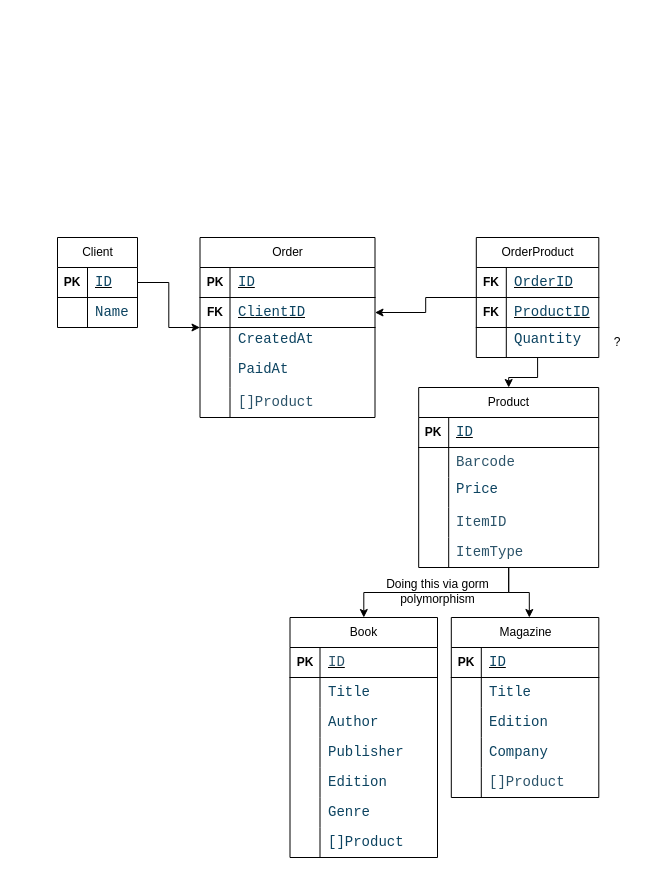
This is misc/go-gin-api.drawio from luccamilfont/go-gin-api, a draw.io file, before an edit. Source tidied: cells renumbered, new cells numbered last; positions are measured from the earlier drawing's top-left corner, leaving out a move shared by most shapes. Both pictures are drawn from the tidied source at 100%, with x=0, y=0 at pixel (57, 237).
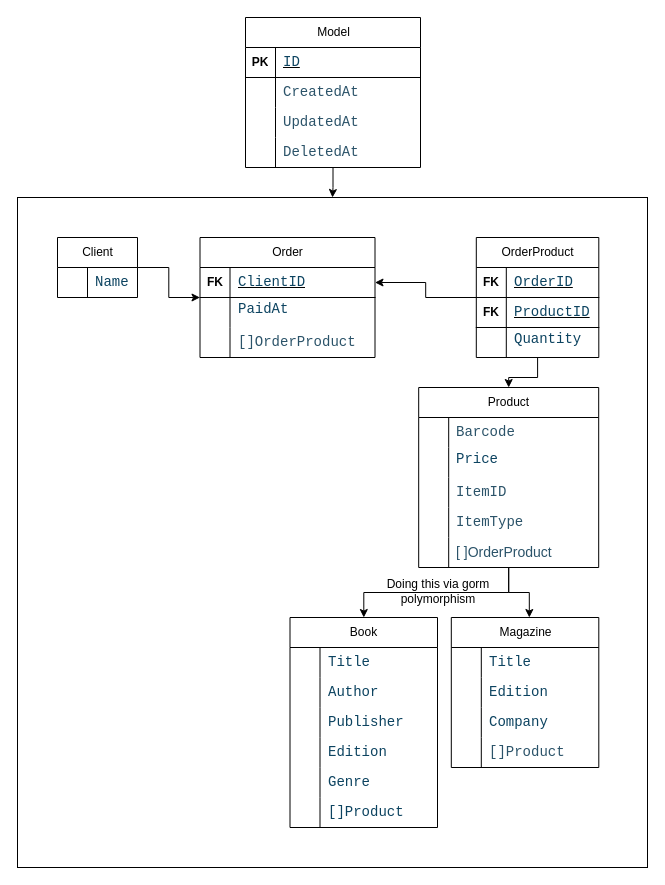
The same page after the edit.

Commit message (it also covers changes not shown here):
feat: base model

The change refers to these unchanged cells:
```xml
<mxCell id="11" value="&lt;span style=&quot;font-weight: 400; text-wrap-mode: wrap;&quot;&gt;Product&lt;/span&gt;" style="shape=table;startSize=30;childLayout=tableLayout;rowLines=0;fontStyle=1;align=center;html=1;" parent="1" vertex="1">
  <mxGeometry x="361.2" y="150" width="180" height="180" as="geometry" />
</mxCell>
```

What changed in the source:
```diff
@@
+    <mxCell id="96" style="rounded=0;whiteSpace=wrap;html=1;" parent="1" vertex="1">
+      <mxGeometry x="-40" y="-40" width="630" height="670" as="geometry" />
+    </mxCell>
@@
     <mxCell id="3" value="&lt;span style=&quot;font-weight: 400; text-wrap-mode: wrap;&quot;&gt;Client&lt;/span&gt;" style="shape=table;startSize=30;childLayout=tableLayout;rowLines=0;fontStyle=1;align=center;html=1;" parent="1" vertex="1">
-      <mxGeometry width="80" height="90" as="geometry" />
+      <mxGeometry width="80" height="60" as="geometry" />
     </mxCell>
-    <mxCell id="4" style="shape=tableRow;horizontal=0;startSize=0;swimlaneHead=0;swimlaneBody=0;fillColor=none;top=0;left=0;right=0;bottom=1;" parent="3" vertex="1">
-      <mxGeometry y="30" width="80" height="30" as="geometry" />
-    </mxCell>
-    <mxCell id="5" value="PK" style="shape=partialRectangle;fillColor=none;top=0;left=0;bottom=0;right=0;fontStyle=1;overflow=hidden;whiteSpace=wrap;html=1;" parent="4" vertex="1">
-      <mxGeometry width="30" height="30" as="geometry" />
-    </mxCell>
-    <mxCell id="6" value="&lt;span style=&quot;font-weight: normal;&quot;&gt;&lt;span style=&quot;font-family: Consolas, &amp;quot;Courier New&amp;quot;, monospace; font-size: 14px; white-space: pre; --darkreader-inline-bgcolor: light-dark(#ffffff, #060707);&quot;&gt;&lt;font style=&quot;color: rgb(12, 67, 96); --darkreader-inline-color: light-dark(#78a5bd, #466d81);&quot;&gt;ID&lt;/font&gt;&lt;/span&gt;&lt;/span&gt;" style="shape=partialRectangle;fillColor=none;top=0;left=0;bottom=0;right=0;align=left;spacingLeft=6;fontStyle=5;overflow=hidden;whiteSpace=wrap;html=1;" parent="4" vertex="1">
-      <mxGeometry x="30" width="50" height="30" as="geometry" />
-    </mxCell>
     <mxCell id="7" style="shape=tableRow;horizontal=0;startSize=0;swimlaneHead=0;swimlaneBody=0;fillColor=none;top=0;left=0;right=0;bottom=0;" parent="3" vertex="1">
-      <mxGeometry y="60" width="80" height="30" as="geometry" />
+      <mxGeometry y="30" width="80" height="30" as="geometry" />
     </mxCell>
@@
-    <mxCell id="12" style="shape=tableRow;horizontal=0;startSize=0;swimlaneHead=0;swimlaneBody=0;fillColor=none;top=0;left=0;right=0;bottom=1;" parent="11" vertex="1">
-      <mxGeometry y="30" width="180" height="30" as="geometry" />
-    </mxCell>
-    <mxCell id="13" value="PK" style="shape=partialRectangle;fillColor=none;top=0;left=0;bottom=0;right=0;fontStyle=1;overflow=hidden;whiteSpace=wrap;html=1;" parent="12" vertex="1">
-      <mxGeometry width="30" height="30" as="geometry" />
-    </mxCell>
-    <mxCell id="14" value="&lt;span style=&quot;font-weight: normal;&quot;&gt;&lt;span style=&quot;font-family: Consolas, &amp;quot;Courier New&amp;quot;, monospace; font-size: 14px; white-space: pre; --darkreader-inline-bgcolor: light-dark(#ffffff, #060707);&quot;&gt;&lt;font style=&quot;color: rgb(12, 67, 96); --darkreader-inline-color: light-dark(#78a5bd, #466d81);&quot;&gt;ID&lt;/font&gt;&lt;/span&gt;&lt;/span&gt;" style="shape=partialRectangle;fillColor=none;top=0;left=0;bottom=0;right=0;align=left;spacingLeft=6;fontStyle=5;overflow=hidden;whiteSpace=wrap;html=1;strokeColor=default;" parent="12" vertex="1">
-      <mxGeometry x="30" width="150" height="30" as="geometry" />
-    </mxCell>
     <mxCell id="15" style="shape=tableRow;horizontal=0;startSize=0;swimlaneHead=0;swimlaneBody=0;fillColor=none;top=0;left=0;right=0;bottom=0;" parent="11" vertex="1">
-      <mxGeometry y="60" width="180" height="30" as="geometry" />
+      <mxGeometry y="30" width="180" height="30" as="geometry" />
     </mxCell>
@@
     <mxCell id="18" style="shape=tableRow;horizontal=0;startSize=0;swimlaneHead=0;swimlaneBody=0;fillColor=none;top=0;left=0;right=0;bottom=0;" parent="11" vertex="1">
-      <mxGeometry y="90" width="180" height="30" as="geometry" />
+      <mxGeometry y="60" width="180" height="30" as="geometry" />
     </mxCell>
@@
     <mxCell id="21" style="shape=tableRow;horizontal=0;startSize=0;swimlaneHead=0;swimlaneBody=0;fillColor=none;top=0;left=0;right=0;bottom=0;" parent="11" vertex="1">
-      <mxGeometry y="120" width="180" height="30" as="geometry" />
+      <mxGeometry y="90" width="180" height="30" as="geometry" />
     </mxCell>
@@
     <mxCell id="24" style="shape=tableRow;horizontal=0;startSize=0;swimlaneHead=0;swimlaneBody=0;fillColor=none;top=0;left=0;right=0;bottom=0;" parent="11" vertex="1">
-      <mxGeometry y="150" width="180" height="30" as="geometry" />
+      <mxGeometry y="120" width="180" height="30" as="geometry" />
     </mxCell>
@@
+    <mxCell id="97" style="shape=tableRow;horizontal=0;startSize=0;swimlaneHead=0;swimlaneBody=0;fillColor=none;top=0;left=0;right=0;bottom=0;" parent="11" vertex="1">
+      <mxGeometry y="150" width="180" height="30" as="geometry" />
+    </mxCell>
+    <mxCell id="98" style="shape=partialRectangle;fillColor=none;top=0;left=0;bottom=0;right=0;overflow=hidden;whiteSpace=wrap;html=1;" parent="97" vertex="1">
+      <mxGeometry width="30" height="30" as="geometry" />
+    </mxCell>
+    <mxCell id="99" value="&lt;font style=&quot;color: light-dark(rgb(43, 83, 105), rgb(149, 196, 221)); font-size: 14px;&quot;&gt;[ ]OrderProduct&lt;/font&gt;" style="shape=partialRectangle;fillColor=none;top=0;left=0;bottom=0;right=0;align=left;spacingLeft=6;overflow=hidden;whiteSpace=wrap;html=1;" parent="97" vertex="1">
+      <mxGeometry x="30" width="150" height="30" as="geometry" />
+    </mxCell>
@@
     <mxCell id="39" value="&lt;span style=&quot;font-weight: 400; text-wrap-mode: wrap;&quot;&gt;Order&lt;/span&gt;" style="shape=table;startSize=30;childLayout=tableLayout;rowLines=0;fontStyle=1;align=center;html=1;" parent="1" vertex="1">
-      <mxGeometry x="142.5" width="175" height="180" as="geometry" />
+      <mxGeometry x="142.5" width="175" height="120" as="geometry" />
     </mxCell>
-    <mxCell id="40" style="shape=tableRow;horizontal=0;startSize=0;swimlaneHead=0;swimlaneBody=0;fillColor=none;top=0;left=0;right=0;bottom=1;" parent="39" vertex="1">
-      <mxGeometry y="30" width="175" height="30" as="geometry" />
-    </mxCell>
-    <mxCell id="41" value="PK" style="shape=partialRectangle;fillColor=none;top=0;left=0;bottom=0;right=0;fontStyle=1;overflow=hidden;whiteSpace=wrap;html=1;" parent="40" vertex="1">
-      <mxGeometry width="30" height="30" as="geometry" />
-    </mxCell>
-    <mxCell id="42" value="&lt;span style=&quot;font-weight: normal;&quot;&gt;&lt;span style=&quot;font-family: Consolas, &amp;quot;Courier New&amp;quot;, monospace; font-size: 14px; white-space: pre; --darkreader-inline-bgcolor: light-dark(#ffffff, #060707);&quot;&gt;&lt;font style=&quot;color: rgb(12, 67, 96); --darkreader-inline-color: light-dark(#78a5bd, #466d81);&quot;&gt;ID&lt;/font&gt;&lt;/span&gt;&lt;/span&gt;" style="shape=partialRectangle;fillColor=none;top=0;left=0;bottom=0;right=0;align=left;spacingLeft=6;fontStyle=5;overflow=hidden;whiteSpace=wrap;html=1;" parent="40" vertex="1">
-      <mxGeometry x="30" width="145" height="30" as="geometry" />
-    </mxCell>
     <mxCell id="43" style="shape=tableRow;horizontal=0;startSize=0;swimlaneHead=0;swimlaneBody=0;fillColor=none;points=[[0,0.5],[1,0.5]];portConstraint=eastwest;top=0;left=0;right=0;bottom=1;" parent="39" vertex="1">
-      <mxGeometry y="60" width="175" height="30" as="geometry" />
+      <mxGeometry y="30" width="175" height="30" as="geometry" />
     </mxCell>
@@
-    <mxCell id="46" style="shape=tableRow;horizontal=0;startSize=0;swimlaneHead=0;swimlaneBody=0;fillColor=none;top=0;left=0;right=0;bottom=0;" parent="39" vertex="1">
-      <mxGeometry y="90" width="175" height="30" as="geometry" />
-    </mxCell>
-    <mxCell id="47" style="shape=partialRectangle;fillColor=none;top=0;left=0;bottom=0;right=0;overflow=hidden;whiteSpace=wrap;html=1;" parent="46" vertex="1">
-      <mxGeometry width="30" height="30" as="geometry" />
-    </mxCell>
-    <mxCell id="48" value="&lt;div style=&quot;font-family: Consolas, &amp;quot;Courier New&amp;quot;, monospace; font-size: 14px; white-space: pre; line-height: 19px; --darkreader-inline-color: light-dark(#a6a199, #67625b);&quot;&gt;&lt;font style=&quot;color: rgb(12, 67, 96);&quot;&gt;CreatedAt&lt;/font&gt;&lt;/div&gt;&lt;div&gt;&lt;span style=&quot;--darkreader-inline-color: light-dark(#a27764, #9f7a6a);&quot;&gt;&lt;font style=&quot;color: light-dark(rgb(145, 93, 71), rgb(206, 145, 120));&quot;&gt;&lt;br&gt;&lt;/font&gt;&lt;/span&gt;&lt;/div&gt;" style="shape=partialRectangle;fillColor=none;top=0;left=0;bottom=0;right=0;align=left;spacingLeft=6;overflow=hidden;whiteSpace=wrap;html=1;" parent="46" vertex="1">
-      <mxGeometry x="30" width="145" height="30" as="geometry" />
-    </mxCell>
     <mxCell id="49" style="shape=tableRow;horizontal=0;startSize=0;swimlaneHead=0;swimlaneBody=0;fillColor=none;top=0;left=0;right=0;bottom=0;" parent="39" vertex="1">
-      <mxGeometry y="120" width="175" height="30" as="geometry" />
+      <mxGeometry y="60" width="175" height="30" as="geometry" />
     </mxCell>
@@
     <mxCell id="52" style="shape=tableRow;horizontal=0;startSize=0;swimlaneHead=0;swimlaneBody=0;fillColor=none;top=0;left=0;right=0;bottom=0;" parent="39" vertex="1">
-      <mxGeometry y="150" width="175" height="30" as="geometry" />
+      <mxGeometry y="90" width="175" height="30" as="geometry" />
     </mxCell>
@@
-    <mxCell id="54" value="&lt;div style=&quot;font-family: Consolas, &amp;quot;Courier New&amp;quot;, monospace; font-size: 14px; white-space: pre; line-height: 19px; --darkreader-inline-color: light-dark(#a6a199, #67625b);&quot;&gt;&lt;font style=&quot;color: light-dark(rgb(43, 83, 105), rgb(149, 196, 221));&quot;&gt;[]Product&lt;/font&gt;&lt;/div&gt;" style="shape=partialRectangle;fillColor=none;top=0;left=0;bottom=0;right=0;align=left;spacingLeft=6;overflow=hidden;whiteSpace=wrap;html=1;" parent="52" vertex="1">
+    <mxCell id="54" value="&lt;div style=&quot;font-family: Consolas, &amp;quot;Courier New&amp;quot;, monospace; font-size: 14px; white-space: pre; line-height: 19px; --darkreader-inline-color: light-dark(#a6a199, #67625b);&quot;&gt;&lt;font style=&quot;color: light-dark(rgb(43, 83, 105), rgb(149, 196, 221));&quot;&gt;[]OrderProduct&lt;/font&gt;&lt;/div&gt;" style="shape=partialRectangle;fillColor=none;top=0;left=0;bottom=0;right=0;align=left;spacingLeft=6;overflow=hidden;whiteSpace=wrap;html=1;" parent="52" vertex="1">
       <mxGeometry x="30" width="145" height="30" as="geometry" />
     </mxCell>
     <mxCell id="55" value="&lt;span style=&quot;font-weight: 400; text-wrap-mode: wrap;&quot;&gt;Book&lt;/span&gt;" style="shape=table;startSize=30;childLayout=tableLayout;rowLines=0;fontStyle=1;align=center;html=1;" parent="1" vertex="1">
-      <mxGeometry x="232.5" y="380" width="147.5" height="240" as="geometry" />
+      <mxGeometry x="232.5" y="380" width="147.5" height="210" as="geometry" />
     </mxCell>
-    <mxCell id="56" style="shape=tableRow;horizontal=0;startSize=0;swimlaneHead=0;swimlaneBody=0;fillColor=none;top=0;left=0;right=0;bottom=1;" parent="55" vertex="1">
-      <mxGeometry y="30" width="147.5" height="30" as="geometry" />
-    </mxCell>
-    <mxCell id="57" value="PK" style="shape=partialRectangle;fillColor=none;top=0;left=0;bottom=0;right=0;fontStyle=1;overflow=hidden;whiteSpace=wrap;html=1;" parent="56" vertex="1">
-      <mxGeometry width="30" height="30" as="geometry" />
-    </mxCell>
-    <mxCell id="58" value="&lt;font style=&quot;color: light-dark(rgb(43, 83, 105), rgb(149, 196, 221));&quot; face=&quot;Consolas, Courier New, monospace&quot;&gt;&lt;span style=&quot;font-size: 14px; font-weight: 400; white-space: pre;&quot;&gt;ID&lt;/span&gt;&lt;/font&gt;" style="shape=partialRectangle;fillColor=none;top=0;left=0;bottom=0;right=0;align=left;spacingLeft=6;fontStyle=5;overflow=hidden;whiteSpace=wrap;html=1;strokeColor=default;" parent="56" vertex="1">
-      <mxGeometry x="30" width="117.5" height="30" as="geometry" />
-    </mxCell>
     <mxCell id="59" style="shape=tableRow;horizontal=0;startSize=0;swimlaneHead=0;swimlaneBody=0;fillColor=none;top=0;left=0;right=0;bottom=0;" parent="55" vertex="1">
-      <mxGeometry y="60" width="147.5" height="30" as="geometry" />
+      <mxGeometry y="30" width="147.5" height="30" as="geometry" />
     </mxCell>
@@
     <mxCell id="62" style="shape=tableRow;horizontal=0;startSize=0;swimlaneHead=0;swimlaneBody=0;fillColor=none;top=0;left=0;right=0;bottom=0;" parent="55" vertex="1">
-      <mxGeometry y="90" width="147.5" height="30" as="geometry" />
+      <mxGeometry y="60" width="147.5" height="30" as="geometry" />
     </mxCell>
@@
     <mxCell id="65" style="shape=tableRow;horizontal=0;startSize=0;swimlaneHead=0;swimlaneBody=0;fillColor=none;top=0;left=0;right=0;bottom=0;" parent="55" vertex="1">
-      <mxGeometry y="120" width="147.5" height="30" as="geometry" />
+      <mxGeometry y="90" width="147.5" height="30" as="geometry" />
     </mxCell>
@@
     <mxCell id="68" style="shape=tableRow;horizontal=0;startSize=0;swimlaneHead=0;swimlaneBody=0;fillColor=none;top=0;left=0;right=0;bottom=0;" parent="55" vertex="1">
-      <mxGeometry y="150" width="147.5" height="30" as="geometry" />
+      <mxGeometry y="120" width="147.5" height="30" as="geometry" />
     </mxCell>
@@
     <mxCell id="71" style="shape=tableRow;horizontal=0;startSize=0;swimlaneHead=0;swimlaneBody=0;fillColor=none;top=0;left=0;right=0;bottom=0;" parent="55" vertex="1">
-      <mxGeometry y="180" width="147.5" height="30" as="geometry" />
+      <mxGeometry y="150" width="147.5" height="30" as="geometry" />
     </mxCell>
@@
     <mxCell id="74" style="shape=tableRow;horizontal=0;startSize=0;swimlaneHead=0;swimlaneBody=0;fillColor=none;top=0;left=0;right=0;bottom=0;" parent="55" vertex="1">
-      <mxGeometry y="210" width="147.5" height="30" as="geometry" />
+      <mxGeometry y="180" width="147.5" height="30" as="geometry" />
     </mxCell>
@@
     <mxCell id="77" value="&lt;span style=&quot;font-weight: 400; text-wrap-mode: wrap;&quot;&gt;Magazine&lt;/span&gt;" style="shape=table;startSize=30;childLayout=tableLayout;rowLines=0;fontStyle=1;align=center;html=1;" parent="1" vertex="1">
-      <mxGeometry x="393.8" y="380" width="147.5" height="180" as="geometry" />
+      <mxGeometry x="393.8" y="380" width="147.5" height="150" as="geometry" />
     </mxCell>
-    <mxCell id="78" style="shape=tableRow;horizontal=0;startSize=0;swimlaneHead=0;swimlaneBody=0;fillColor=none;top=0;left=0;right=0;bottom=1;" parent="77" vertex="1">
-      <mxGeometry y="30" width="147.5" height="30" as="geometry" />
-    </mxCell>
-    <mxCell id="79" value="PK" style="shape=partialRectangle;fillColor=none;top=0;left=0;bottom=0;right=0;fontStyle=1;overflow=hidden;whiteSpace=wrap;html=1;" parent="78" vertex="1">
-      <mxGeometry width="30" height="30" as="geometry" />
-    </mxCell>
-    <mxCell id="80" value="&lt;span style=&quot;font-weight: normal;&quot;&gt;&lt;span style=&quot;font-family: Consolas, &amp;quot;Courier New&amp;quot;, monospace; font-size: 14px; white-space: pre; --darkreader-inline-bgcolor: light-dark(#ffffff, #060707);&quot;&gt;&lt;font style=&quot;color: rgb(12, 67, 96); --darkreader-inline-color: light-dark(#78a5bd, #466d81);&quot;&gt;ID&lt;/font&gt;&lt;/span&gt;&lt;/span&gt;" style="shape=partialRectangle;fillColor=none;top=0;left=0;bottom=0;right=0;align=left;spacingLeft=6;fontStyle=5;overflow=hidden;whiteSpace=wrap;html=1;strokeColor=default;" parent="78" vertex="1">
-      <mxGeometry x="30" width="117.5" height="30" as="geometry" />
-    </mxCell>
     <mxCell id="81" style="shape=tableRow;horizontal=0;startSize=0;swimlaneHead=0;swimlaneBody=0;fillColor=none;top=0;left=0;right=0;bottom=0;" parent="77" vertex="1">
-      <mxGeometry y="60" width="147.5" height="30" as="geometry" />
+      <mxGeometry y="30" width="147.5" height="30" as="geometry" />
     </mxCell>
@@
     <mxCell id="84" style="shape=tableRow;horizontal=0;startSize=0;swimlaneHead=0;swimlaneBody=0;fillColor=none;top=0;left=0;right=0;bottom=0;" parent="77" vertex="1">
-      <mxGeometry y="90" width="147.5" height="30" as="geometry" />
+      <mxGeometry y="60" width="147.5" height="30" as="geometry" />
     </mxCell>
@@
     <mxCell id="87" style="shape=tableRow;horizontal=0;startSize=0;swimlaneHead=0;swimlaneBody=0;fillColor=none;top=0;left=0;right=0;bottom=0;" parent="77" vertex="1">
-      <mxGeometry y="120" width="147.5" height="30" as="geometry" />
+      <mxGeometry y="90" width="147.5" height="30" as="geometry" />
     </mxCell>
@@
     <mxCell id="90" style="shape=tableRow;horizontal=0;startSize=0;swimlaneHead=0;swimlaneBody=0;fillColor=none;top=0;left=0;right=0;bottom=0;" parent="77" vertex="1">
-      <mxGeometry y="150" width="147.5" height="30" as="geometry" />
+      <mxGeometry y="120" width="147.5" height="30" as="geometry" />
     </mxCell>
@@
     <mxCell id="94" value="Doing this via gorm polymorphism" style="text;html=1;align=center;verticalAlign=middle;whiteSpace=wrap;rounded=0;" parent="1" vertex="1">
-      <mxGeometry x="326" y="339" width="108.8" height="30" as="geometry" />
+      <mxGeometry x="325.4" y="338" width="112.4" height="31" as="geometry" />
     </mxCell>
-    <mxCell id="95" value="?" style="text;html=1;align=center;verticalAlign=middle;whiteSpace=wrap;rounded=0;" parent="1" vertex="1">
-      <mxGeometry x="530" y="90" width="60" height="30" as="geometry" />
-    </mxCell>
+    <mxCell id="100" style="edgeStyle=orthogonalEdgeStyle;rounded=0;jettySize=auto;html=1;" parent="1" edge="1" source="101" target="96">
+      <mxGeometry relative="1" as="geometry" />
+    </mxCell>
+    <mxCell id="101" value="&lt;span style=&quot;font-weight: 400; text-wrap-mode: wrap;&quot;&gt;Model&lt;/span&gt;" style="shape=table;startSize=30;childLayout=tableLayout;rowLines=0;fontStyle=1;align=center;html=1;" parent="1" vertex="1">
+      <mxGeometry x="188" y="-220" width="175" height="150" as="geometry" />
+    </mxCell>
+    <mxCell id="40" style="shape=tableRow;horizontal=0;startSize=0;swimlaneHead=0;swimlaneBody=0;fillColor=none;top=0;left=0;right=0;bottom=1;" parent="101" vertex="1">
+      <mxGeometry y="30" width="175" height="30" as="geometry" />
+    </mxCell>
+    <mxCell id="102" value="PK" style="shape=partialRectangle;fillColor=none;top=0;left=0;bottom=0;right=0;fontStyle=1;overflow=hidden;whiteSpace=wrap;html=1;" parent="40" vertex="1">
+      <mxGeometry width="30" height="30" as="geometry" />
+    </mxCell>
+    <mxCell id="42" value="&lt;span style=&quot;font-weight: normal;&quot;&gt;&lt;span style=&quot;font-family: Consolas, &amp;quot;Courier New&amp;quot;, monospace; font-size: 14px; white-space: pre; --darkreader-inline-bgcolor: light-dark(#ffffff, #060707);&quot;&gt;&lt;font style=&quot;color: rgb(12, 67, 96); --darkreader-inline-color: light-dark(#78a5bd, #466d81);&quot;&gt;ID&lt;/font&gt;&lt;/span&gt;&lt;/span&gt;" style="shape=partialRectangle;fillColor=none;top=0;left=0;bottom=0;right=0;align=left;spacingLeft=6;fontStyle=5;overflow=hidden;whiteSpace=wrap;html=1;" parent="40" vertex="1">
+      <mxGeometry x="30" width="145" height="30" as="geometry" />
+    </mxCell>
+    <mxCell id="103" style="shape=tableRow;horizontal=0;startSize=0;swimlaneHead=0;swimlaneBody=0;fillColor=none;top=0;left=0;right=0;bottom=0;" parent="101" vertex="1">
+      <mxGeometry y="60" width="175" height="30" as="geometry" />
+    </mxCell>
+    <mxCell id="104" style="shape=partialRectangle;fillColor=none;top=0;left=0;bottom=0;right=0;overflow=hidden;whiteSpace=wrap;html=1;" parent="103" vertex="1">
+      <mxGeometry width="30" height="30" as="geometry" />
+    </mxCell>
+    <mxCell id="48" value="&lt;div style=&quot;font-family: Consolas, &amp;quot;Courier New&amp;quot;, monospace; font-size: 14px; white-space: pre; line-height: 19px; --darkreader-inline-color: light-dark(#a6a199, #67625b);&quot;&gt;&lt;font style=&quot;color: light-dark(rgb(43, 83, 105), rgb(149, 196, 221));&quot;&gt;CreatedAt&lt;/font&gt;&lt;/div&gt;" style="shape=partialRectangle;fillColor=none;top=0;left=0;bottom=0;right=0;align=left;spacingLeft=6;overflow=hidden;whiteSpace=wrap;html=1;" parent="103" vertex="1">
+      <mxGeometry x="30" width="145" height="30" as="geometry" />
+    </mxCell>
+    <mxCell id="46" style="shape=tableRow;horizontal=0;startSize=0;swimlaneHead=0;swimlaneBody=0;fillColor=none;top=0;left=0;right=0;bottom=0;" parent="101" vertex="1">
+      <mxGeometry y="90" width="175" height="30" as="geometry" />
+    </mxCell>
+    <mxCell id="105" style="shape=partialRectangle;fillColor=none;top=0;left=0;bottom=0;right=0;overflow=hidden;whiteSpace=wrap;html=1;" parent="46" vertex="1">
+      <mxGeometry width="30" height="30" as="geometry" />
+    </mxCell>
+    <mxCell id="106" value="&lt;div style=&quot;font-family: Consolas, &amp;quot;Courier New&amp;quot;, monospace; font-size: 14px; white-space: pre; line-height: 19px; --darkreader-inline-color: light-dark(#a6a199, #67625b);&quot;&gt;&lt;font style=&quot;color: light-dark(rgb(43, 83, 105), rgb(149, 196, 221));&quot;&gt;UpdatedAt&lt;/font&gt;&lt;/div&gt;" style="shape=partialRectangle;fillColor=none;top=0;left=0;bottom=0;right=0;align=left;spacingLeft=6;overflow=hidden;whiteSpace=wrap;html=1;" parent="46" vertex="1">
+      <mxGeometry x="30" width="145" height="30" as="geometry" />
+    </mxCell>
+    <mxCell id="107" style="shape=tableRow;horizontal=0;startSize=0;swimlaneHead=0;swimlaneBody=0;fillColor=none;top=0;left=0;right=0;bottom=0;" parent="101" vertex="1">
+      <mxGeometry y="120" width="175" height="30" as="geometry" />
+    </mxCell>
+    <mxCell id="108" style="shape=partialRectangle;fillColor=none;top=0;left=0;bottom=0;right=0;overflow=hidden;whiteSpace=wrap;html=1;" parent="107" vertex="1">
+      <mxGeometry width="30" height="30" as="geometry" />
+    </mxCell>
+    <mxCell id="109" value="&lt;div style=&quot;font-family: Consolas, &amp;quot;Courier New&amp;quot;, monospace; font-size: 14px; white-space: pre; line-height: 19px; --darkreader-inline-color: light-dark(#a6a199, #67625b);&quot;&gt;&lt;font style=&quot;color: light-dark(rgb(43, 83, 105), rgb(149, 196, 221));&quot;&gt;DeletedAt&lt;/font&gt;&lt;/div&gt;" style="shape=partialRectangle;fillColor=none;top=0;left=0;bottom=0;right=0;align=left;spacingLeft=6;overflow=hidden;whiteSpace=wrap;html=1;" parent="107" vertex="1">
+      <mxGeometry x="30" width="145" height="30" as="geometry" />
+    </mxCell>
```
